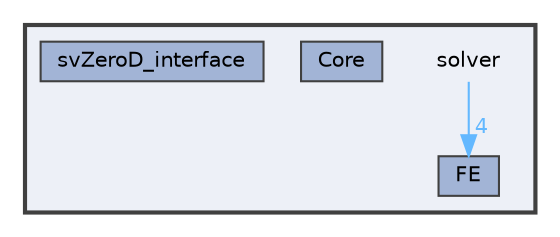
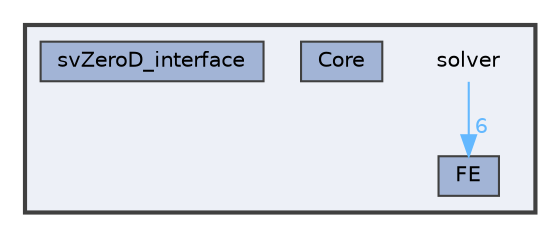
digraph "solver"
{
 // LATEX_PDF_SIZE
  bgcolor="transparent";
  edge [fontname=Helvetica,fontsize=10,labelfontname=Helvetica,labelfontsize=10];
  node [fontname=Helvetica,fontsize=10,shape=box,height=0.2,width=0.4];
  compound=true
  subgraph clusterdir_efbd6dac86ba3db355ec311a66674d80 {
    graph [ bgcolor="#edf0f7", pencolor="grey25", label="", fontname=Helvetica,fontsize=10 style="filled,bold", URL="dir_efbd6dac86ba3db355ec311a66674d80.html",tooltip=""]
    dir_efbd6dac86ba3db355ec311a66674d80 [shape=plaintext, label="solver"];
  dir_f9f47ebc898640bd1221b4284220c2cd [label="Core", fillcolor="#a2b4d6", color="grey25", style="filled", URL="dir_f9f47ebc898640bd1221b4284220c2cd.html",tooltip=""];
  dir_edb35bb30936176f05c4bb64c6d7790d [label="FE", fillcolor="#a2b4d6", color="grey25", style="filled", URL="dir_edb35bb30936176f05c4bb64c6d7790d.html",tooltip=""];
  dir_c12edd3389dbd555225deb48185c0c12 [label="svZeroD_interface", fillcolor="#a2b4d6", color="grey25", style="filled", URL="dir_c12edd3389dbd555225deb48185c0c12.html",tooltip=""];
  }
-   dir_efbd6dac86ba3db355ec311a66674d80->dir_edb35bb30936176f05c4bb64c6d7790d [headlabel="4", labeldistance=1.5 headhref="dir_000006_000003.html" href="dir_000006_000003.html" color="steelblue1" fontcolor="steelblue1"];
+   dir_efbd6dac86ba3db355ec311a66674d80->dir_edb35bb30936176f05c4bb64c6d7790d [headlabel="6", labeldistance=1.5 headhref="dir_000006_000003.html" href="dir_000006_000003.html" color="steelblue1" fontcolor="steelblue1"];
}
